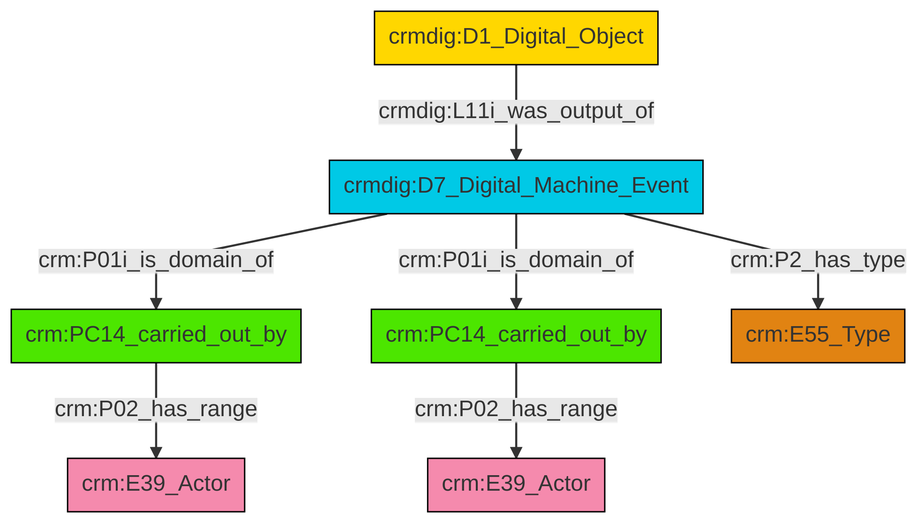
The Mermaid diagram et/doCSV/ttl/mmd/png/do_actor_relations.png in swiss-art-research-net/reference-data-models, before a commit. Its source is kept beside it as et/doCSV/ttl/mmd/do_actor_relations.ttl.mmd.
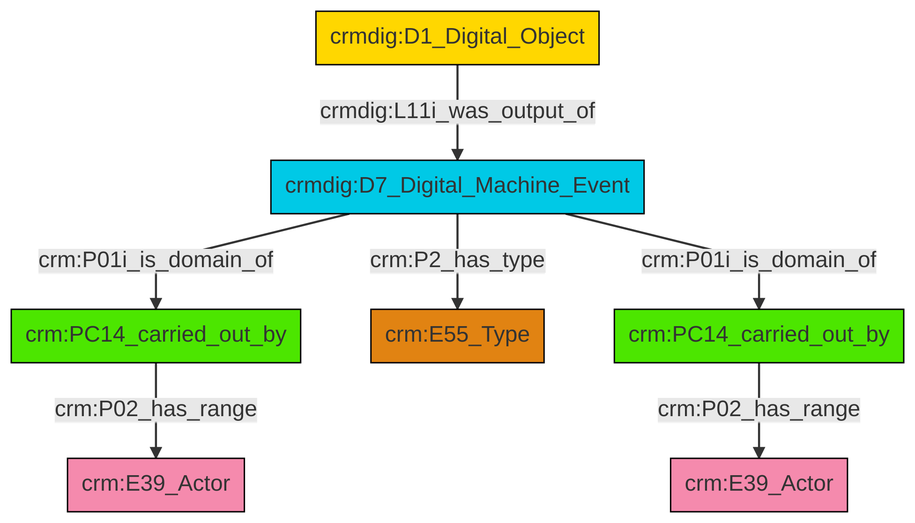
The same diagram one commit later.

What changed in the source:
```diff
@@ -13,9 +13,9 @@
 classDef PC_Classes fill:#4ce600, stroke:#000000;
 classDef Multi fill:#cccccc,stroke:#000000;
 
-4["crmdig:D7_Digital_Machine_Event"]:::Temporal_Entity -->|crm:P01i_is_domain_of| 5["crm:PC14_carried_out_by"]:::PC_Classes
-4["crmdig:D7_Digital_Machine_Event"]:::Temporal_Entity -->|crm:P01i_is_domain_of| 6["crm:PC14_carried_out_by"]:::PC_Classes
-6["crm:PC14_carried_out_by"]:::PC_Classes -->|crm:P02_has_range| 2["crm:E39_Actor"]:::Actor
-10["crmdig:D1_Digital_Object"]:::Conceptual_Object -->|crmdig:L11i_was_output_of| 4["crmdig:D7_Digital_Machine_Event"]:::Temporal_Entity
-4["crmdig:D7_Digital_Machine_Event"]:::Temporal_Entity -->|crm:P2_has_type| 7["crm:E55_Type"]:::Type
-5["crm:PC14_carried_out_by"]:::PC_Classes -->|crm:P02_has_range| 0["crm:E39_Actor"]:::Actor
+2["crmdig:D7_Digital_Machine_Event"]:::Temporal_Entity -->|crm:P2_has_type| 3["crm:E55_Type"]:::Type
+2["crmdig:D7_Digital_Machine_Event"]:::Temporal_Entity -->|crm:P01i_is_domain_of| 0["crm:PC14_carried_out_by"]:::PC_Classes
+8["crm:PC14_carried_out_by"]:::PC_Classes -->|crm:P02_has_range| 5["crm:E39_Actor"]:::Actor
+10["crmdig:D1_Digital_Object"]:::Conceptual_Object -->|crmdig:L11i_was_output_of| 2["crmdig:D7_Digital_Machine_Event"]:::Temporal_Entity
+0["crm:PC14_carried_out_by"]:::PC_Classes -->|crm:P02_has_range| 12["crm:E39_Actor"]:::Actor
+2["crmdig:D7_Digital_Machine_Event"]:::Temporal_Entity -->|crm:P01i_is_domain_of| 8["crm:PC14_carried_out_by"]:::PC_Classes
```
